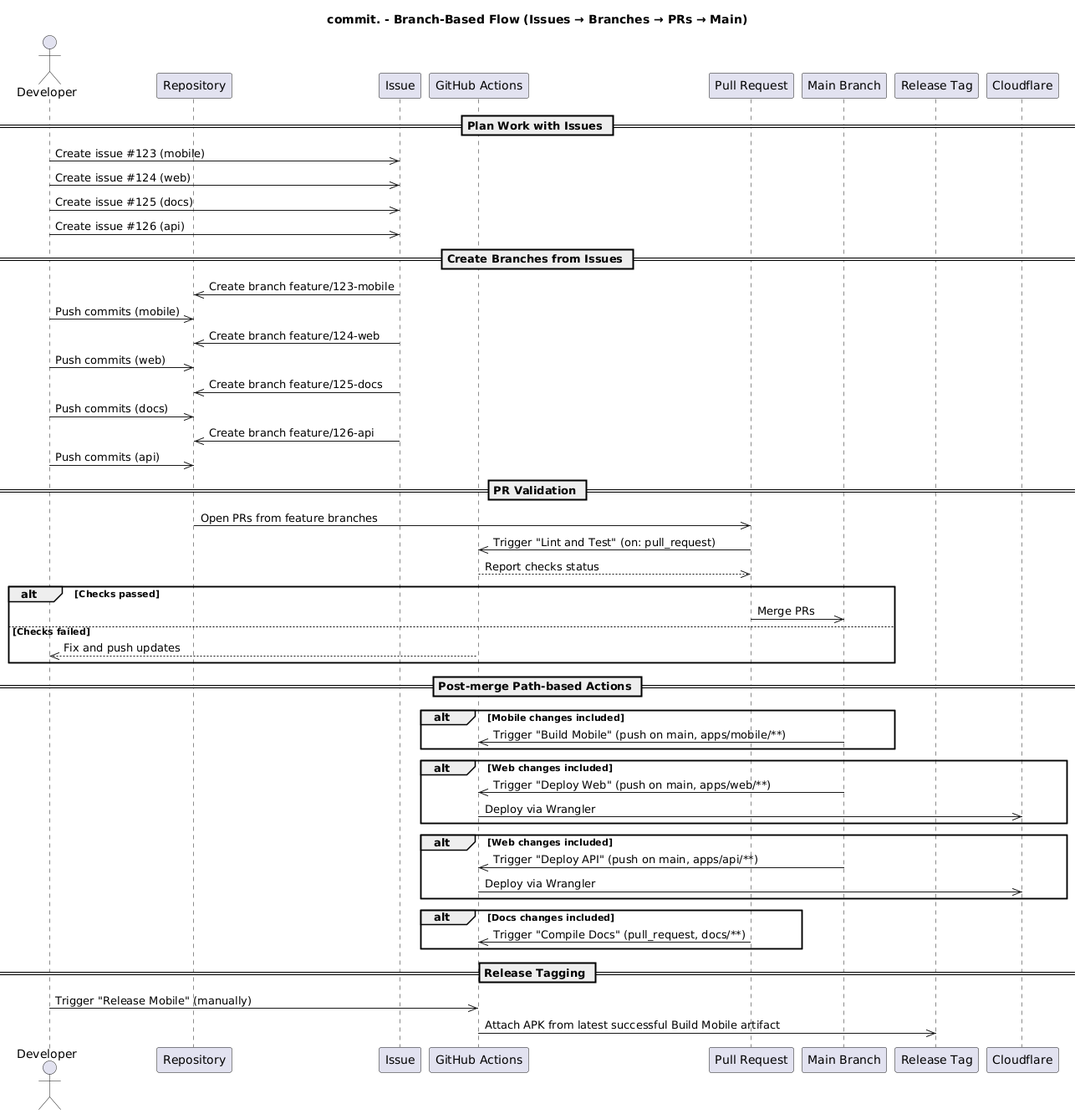
The PlantUML diagram docs/branch-flow.png in getcommitapp/commit, before a commit.
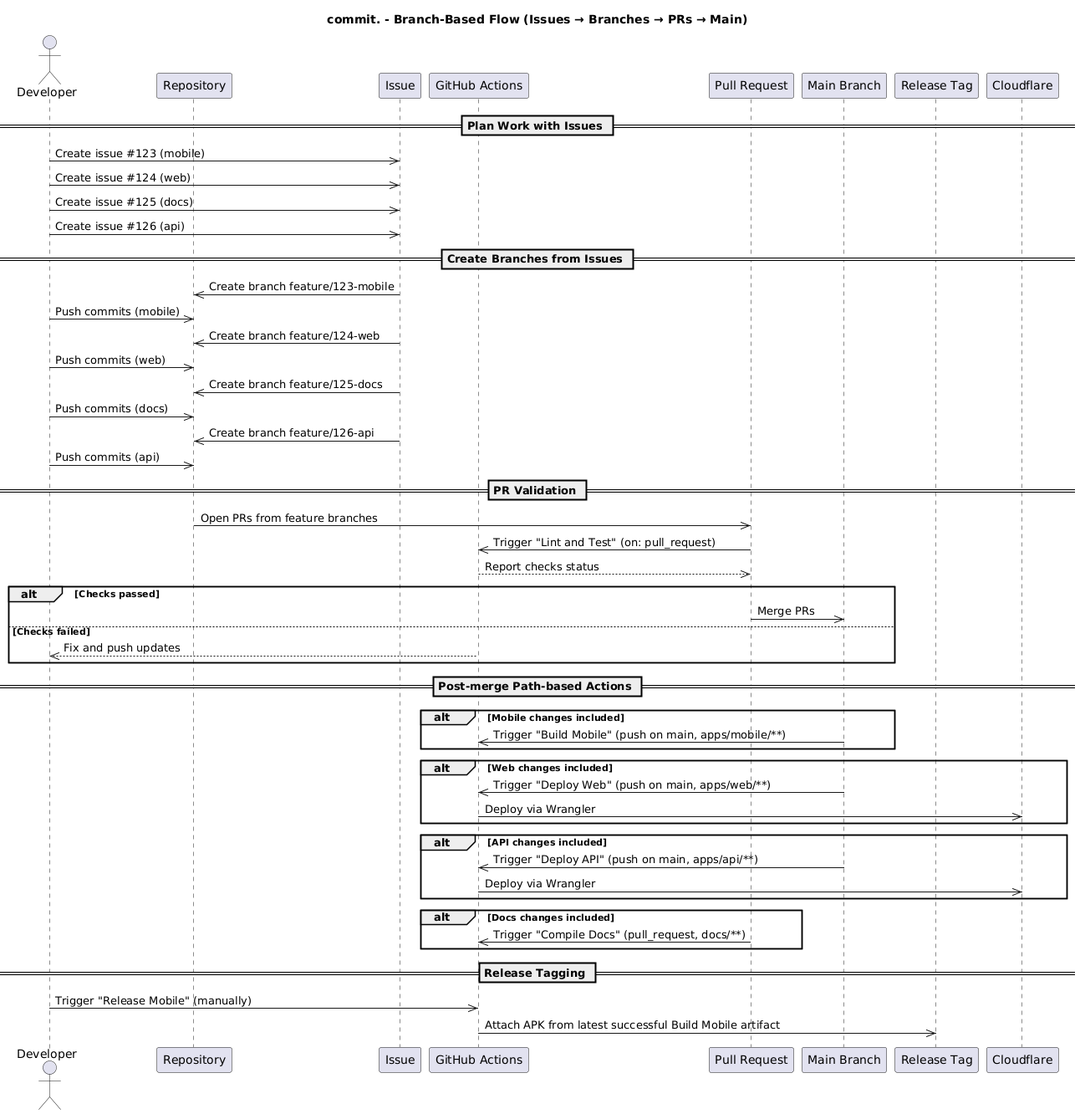
Later version of the same file.

Commit message:
chore(docs): update built docs outputs

Diff of the diagram source:
```diff
@@ -46,7 +46,7 @@
   GHA ->> "Cloudflare": Deploy via Wrangler
 end
 
-alt Web changes included
+alt API changes included
   Main ->> GHA: Trigger "Deploy API" (push on main, apps/api/**)
   GHA ->> "Cloudflare": Deploy via Wrangler
 end
```
